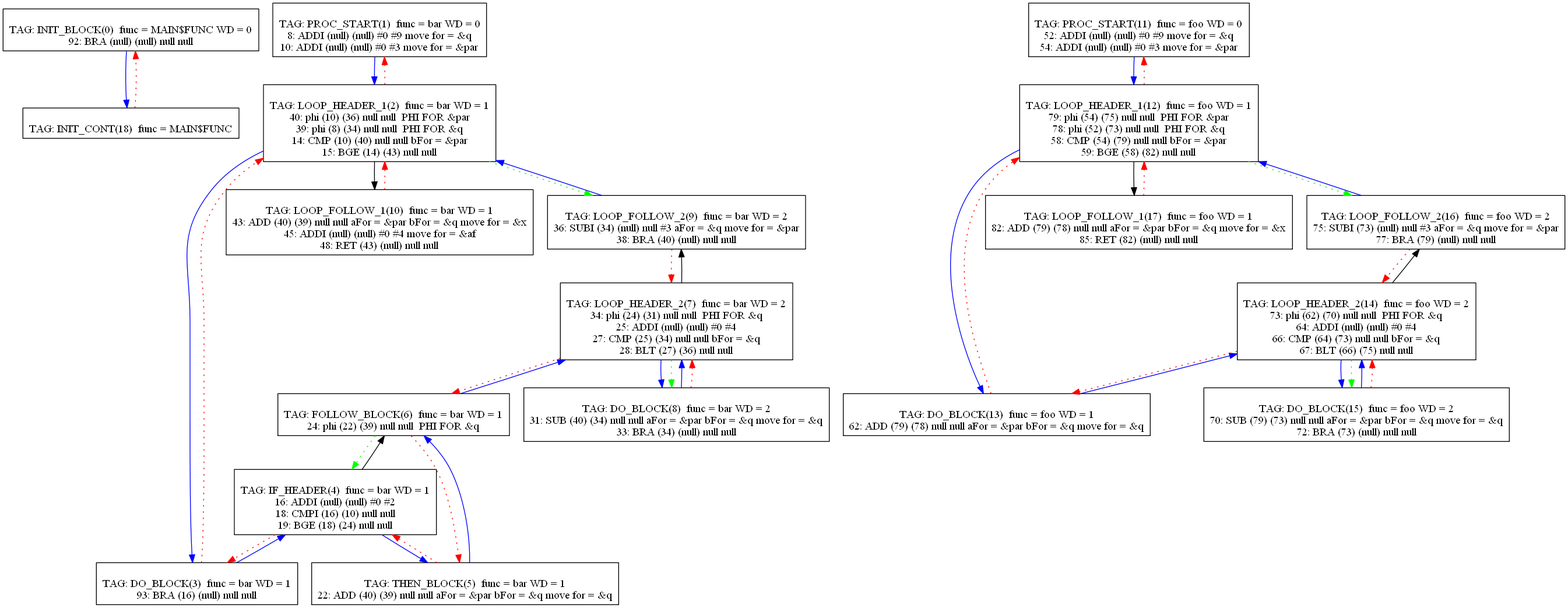
The Graphviz diagram Compiler/15graph.png in mbajaj92/Project-Astoria, before a commit. Its source is kept beside it as Compiler/15graph.dot.
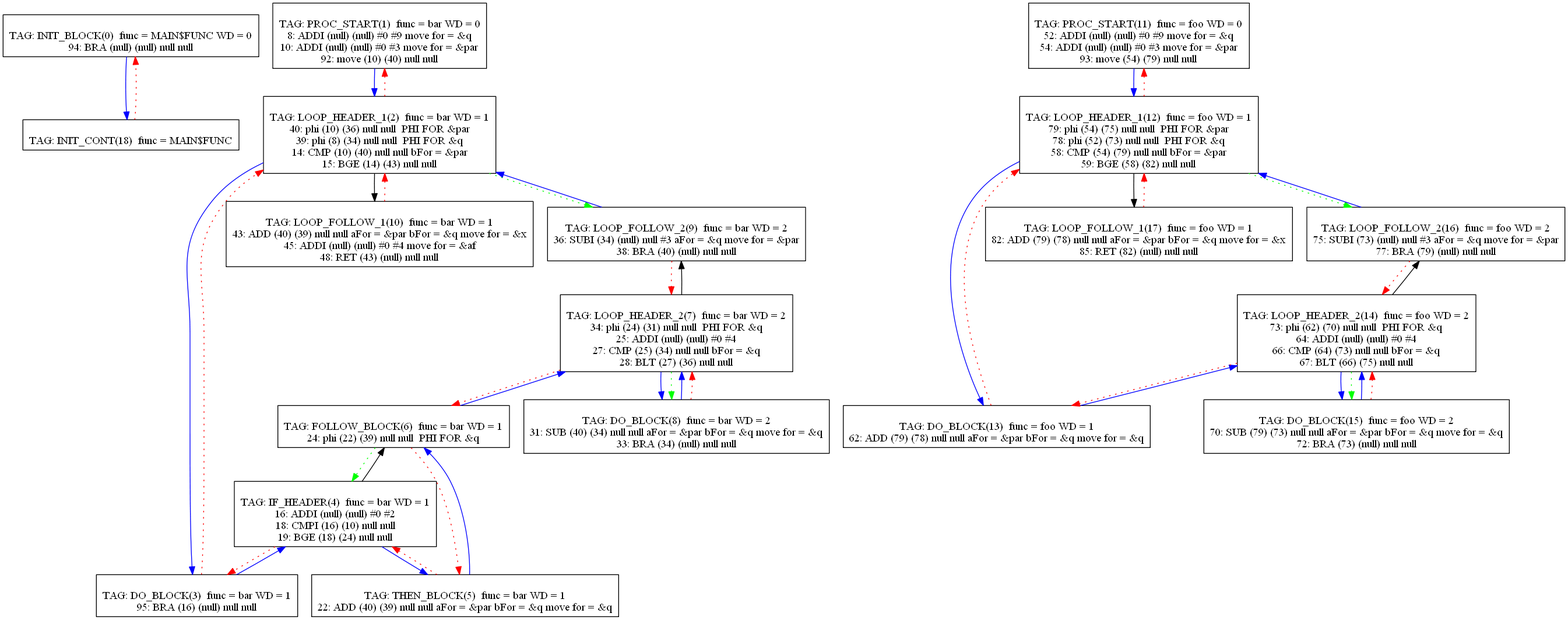
The same diagram one commit later.

Diff of the diagram source:
```diff
@@ -1,7 +1,7 @@
 digraph {
 0[label="
 TAG: INIT_BLOCK(0)  func = MAIN$FUNC WD = 0
-92: BRA (null) (null) null null
+94: BRA (null) (null) null null
 "];
 0[shape=box];
 0 -> 18[color=blue]
@@ -9,6 +9,7 @@
 TAG: PROC_START(1)  func = bar WD = 0
 8: ADDI (null) (null) #0 #9 move for = &q
 10: ADDI (null) (null) #0 #3 move for = &par
+92: move (10) (40) null null
 "];
 1[shape=box];
 1 -> 2[color=blue]
@@ -26,7 +27,7 @@
 2 -> 9[color=green][style=dotted]
 3[label="
 TAG: DO_BLOCK(3)  func = bar WD = 1
-93: BRA (16) (null) null null
+95: BRA (16) (null) null null
 "];
 3[shape=box];
 3 -> 4[color=blue]
@@ -96,6 +97,7 @@
 TAG: PROC_START(11)  func = foo WD = 0
 52: ADDI (null) (null) #0 #9 move for = &q
 54: ADDI (null) (null) #0 #3 move for = &par
+93: move (54) (79) null null
 "];
 11[shape=box];
 11 -> 12[color=blue]
```
